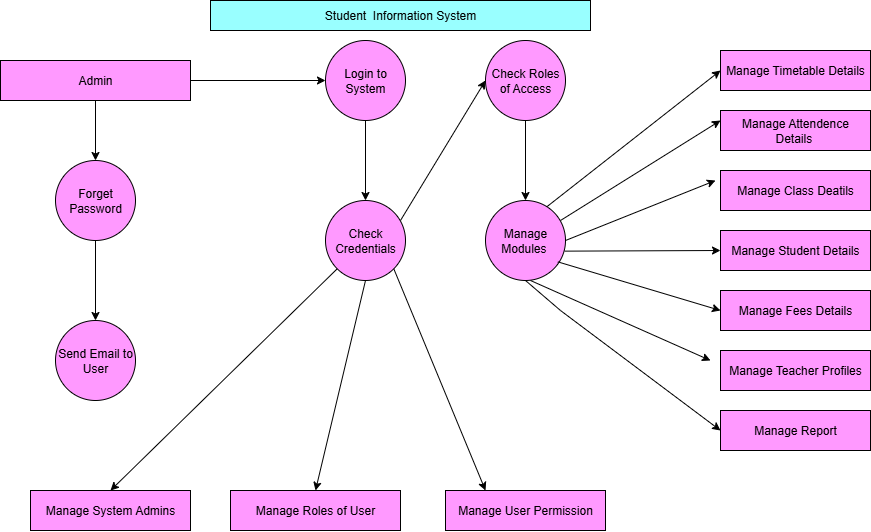
Vanii21k/student-portal-demo keeps this draw.io diagram as student inform sysytem.drawio.png. Above is the earlier version. Source tidied: cells renumbered, new cells last; positions are measured from the earlier drawing's top-left corner, leaving out a move shared by most shapes. Source of this version:
```xml
<mxGraphModel>
  <root>
    <mxCell id="0" />
    <mxCell id="1" parent="0" />
    <mxCell id="2" value="Student&amp;nbsp; Information System" style="rounded=0;whiteSpace=wrap;html=1;fillColor=#99FFFF;" parent="1" vertex="1">
      <mxGeometry x="210" width="380" height="30" as="geometry" />
    </mxCell>
    <mxCell id="3" style="edgeStyle=orthogonalEdgeStyle;rounded=0;jettySize=auto;html=1;" parent="1" edge="1" source="5" target="7">
      <mxGeometry relative="1" as="geometry" />
    </mxCell>
    <mxCell id="4" style="edgeStyle=orthogonalEdgeStyle;rounded=0;jettySize=auto;html=1;" parent="1" edge="1" source="5" target="10">
      <mxGeometry relative="1" as="geometry" />
    </mxCell>
    <mxCell id="5" value="Admin" style="rounded=0;whiteSpace=wrap;html=1;fillColor=light-dark(#FF99FF,#FF99CC);" parent="1" vertex="1">
      <mxGeometry y="60" width="190" height="40" as="geometry" />
    </mxCell>
    <mxCell id="6" style="edgeStyle=orthogonalEdgeStyle;rounded=0;jettySize=auto;html=1;" parent="1" edge="1" source="7" target="8">
      <mxGeometry relative="1" as="geometry" />
    </mxCell>
    <mxCell id="7" value="Forget Password" style="ellipse;whiteSpace=wrap;html=1;rounded=0;fillColor=#FF99FF;" parent="1" vertex="1">
      <mxGeometry x="55" y="160" width="80" height="80" as="geometry" />
    </mxCell>
    <mxCell id="8" value="Send Email to User" style="ellipse;whiteSpace=wrap;html=1;rounded=0;fillColor=#FF99FF;" parent="1" vertex="1">
      <mxGeometry x="55" y="320" width="80" height="80" as="geometry" />
    </mxCell>
    <mxCell id="9" style="edgeStyle=orthogonalEdgeStyle;rounded=0;jettySize=auto;html=1;" parent="1" edge="1" source="10" target="11">
      <mxGeometry relative="1" as="geometry" />
    </mxCell>
    <mxCell id="10" value="Login to System" style="ellipse;whiteSpace=wrap;html=1;rounded=0;fillColor=#FF99FF;" parent="1" vertex="1">
      <mxGeometry x="325" y="40" width="80" height="80" as="geometry" />
    </mxCell>
    <mxCell id="11" value="Check Credentials" style="ellipse;whiteSpace=wrap;html=1;rounded=0;fillColor=#FF99FF;" parent="1" vertex="1">
      <mxGeometry x="325" y="200" width="80" height="80" as="geometry" />
    </mxCell>
    <mxCell id="12" style="edgeStyle=orthogonalEdgeStyle;rounded=0;jettySize=auto;html=1;" parent="1" edge="1" source="13" target="14">
      <mxGeometry relative="1" as="geometry" />
    </mxCell>
    <mxCell id="13" value="Check Roles of Access" style="ellipse;whiteSpace=wrap;html=1;rounded=0;fillColor=#FF99FF;" parent="1" vertex="1">
      <mxGeometry x="485" y="40" width="80" height="80" as="geometry" />
    </mxCell>
    <mxCell id="14" value="Manage Modules&amp;nbsp;" style="ellipse;whiteSpace=wrap;html=1;rounded=0;fillColor=#FF99FF;" parent="1" vertex="1">
      <mxGeometry x="485" y="200" width="80" height="80" as="geometry" />
    </mxCell>
    <mxCell id="15" value="Manage Timetable Details" style="whiteSpace=wrap;html=1;rounded=0;fillColor=#FF99FF;" parent="1" vertex="1">
      <mxGeometry x="720" y="50" width="150" height="40" as="geometry" />
    </mxCell>
    <mxCell id="16" value="Manage Attendence Details&amp;nbsp;" style="whiteSpace=wrap;html=1;rounded=0;fillColor=#FF99FF;" parent="1" vertex="1">
      <mxGeometry x="720" y="110" width="150" height="40" as="geometry" />
    </mxCell>
    <mxCell id="17" value="Manage Class Deatils" style="whiteSpace=wrap;html=1;rounded=0;fillColor=#FF99FF;" parent="1" vertex="1">
      <mxGeometry x="720" y="170" width="150" height="40" as="geometry" />
    </mxCell>
    <mxCell id="18" value="Manage Student Details" style="whiteSpace=wrap;html=1;rounded=0;fillColor=#FF99FF;" parent="1" vertex="1">
      <mxGeometry x="720" y="230" width="150" height="40" as="geometry" />
    </mxCell>
    <mxCell id="19" value="Manage Fees Details" style="whiteSpace=wrap;html=1;rounded=0;fillColor=#FF99FF;" parent="1" vertex="1">
      <mxGeometry x="720" y="290" width="150" height="40" as="geometry" />
    </mxCell>
    <mxCell id="20" value="Manage Teacher Profiles" style="whiteSpace=wrap;html=1;rounded=0;fillColor=#FF99FF;" parent="1" vertex="1">
      <mxGeometry x="720" y="350" width="150" height="40" as="geometry" />
    </mxCell>
    <mxCell id="21" value="Manage Report" style="whiteSpace=wrap;html=1;rounded=0;fillColor=#FF99FF;" parent="1" vertex="1">
      <mxGeometry x="720" y="410" width="150" height="40" as="geometry" />
    </mxCell>
    <mxCell id="22" value="Manage System Admins" style="whiteSpace=wrap;html=1;rounded=0;fillColor=#FF99FF;" parent="1" vertex="1">
      <mxGeometry x="30" y="490" width="160" height="40" as="geometry" />
    </mxCell>
    <mxCell id="23" value="Manage Roles of User" style="whiteSpace=wrap;html=1;rounded=0;fillColor=#FF99FF;" parent="1" vertex="1">
      <mxGeometry x="230" y="490" width="170" height="40" as="geometry" />
    </mxCell>
    <mxCell id="24" value="Manage User Permission" style="whiteSpace=wrap;html=1;rounded=0;fillColor=#FF99FF;" parent="1" vertex="1">
      <mxGeometry x="445" y="490" width="160" height="40" as="geometry" />
    </mxCell>
    <mxCell id="25" style="endArrow=classic;html=1;rounded=0;entryX=0;entryY=0.5;entryDx=0;entryDy=0;exitX=0.771;exitY=0.075;exitDx=0;exitDy=0;exitPerimeter=0;" parent="1" edge="1" source="14" target="15">
      <mxGeometry relative="1" as="geometry" />
    </mxCell>
    <mxCell id="26" style="endArrow=classic;html=1;rounded=0;entryX=0;entryY=0.25;entryDx=0;entryDy=0;" parent="1" edge="1" target="16">
      <mxGeometry relative="1" as="geometry">
        <mxPoint x="560" y="220" as="sourcePoint" />
      </mxGeometry>
    </mxCell>
    <mxCell id="27" style="endArrow=classic;html=1;rounded=0;entryX=0;entryY=0.5;entryDx=0;entryDy=0;" parent="1" edge="1">
      <mxGeometry relative="1" as="geometry">
        <mxPoint x="565" y="240" as="sourcePoint" />
        <mxPoint x="715" y="180" as="targetPoint" />
      </mxGeometry>
    </mxCell>
    <mxCell id="28" style="endArrow=classic;html=1;rounded=0;exitX=0.988;exitY=0.633;exitDx=0;exitDy=0;exitPerimeter=0;entryX=0;entryY=0.5;entryDx=0;entryDy=0;" parent="1" edge="1" source="14" target="18">
      <mxGeometry relative="1" as="geometry" />
    </mxCell>
    <mxCell id="29" style="endArrow=classic;html=1;rounded=0;exitX=0.904;exitY=0.767;exitDx=0;exitDy=0;exitPerimeter=0;entryX=0;entryY=0.5;entryDx=0;entryDy=0;" parent="1" edge="1" source="14" target="19">
      <mxGeometry relative="1" as="geometry" />
    </mxCell>
    <mxCell id="30" style="endArrow=classic;html=1;rounded=0;entryX=0;entryY=0.25;entryDx=0;entryDy=0;" parent="1" edge="1">
      <mxGeometry relative="1" as="geometry">
        <mxPoint x="530" y="280" as="sourcePoint" />
        <mxPoint x="710" y="360" as="targetPoint" />
      </mxGeometry>
    </mxCell>
    <mxCell id="31" style="endArrow=classic;html=1;rounded=0;exitX=0.5;exitY=1;exitDx=0;exitDy=0;entryX=0;entryY=0.25;entryDx=0;entryDy=0;" parent="1" edge="1" source="14">
      <mxGeometry relative="1" as="geometry">
        <mxPoint x="720" y="430" as="targetPoint" />
        <Array as="points">
          <mxPoint x="560" y="310" />
        </Array>
      </mxGeometry>
    </mxCell>
    <mxCell id="32" style="endArrow=classic;html=1;rounded=0;entryX=0;entryY=0.5;entryDx=0;entryDy=0;" parent="1" edge="1" target="13">
      <mxGeometry relative="1" as="geometry">
        <mxPoint x="400" y="220" as="sourcePoint" />
      </mxGeometry>
    </mxCell>
    <mxCell id="33" style="endArrow=classic;html=1;rounded=0;exitX=0;exitY=1;exitDx=0;exitDy=0;entryX=0.5;entryY=0;entryDx=0;entryDy=0;" parent="1" edge="1" source="11" target="22">
      <mxGeometry relative="1" as="geometry" />
    </mxCell>
    <mxCell id="34" style="endArrow=classic;html=1;rounded=0;exitX=0.5;exitY=1;exitDx=0;exitDy=0;entryX=0.5;entryY=0;entryDx=0;entryDy=0;" parent="1" edge="1" source="11" target="23">
      <mxGeometry relative="1" as="geometry" />
    </mxCell>
    <mxCell id="35" style="endArrow=classic;html=1;rounded=0;exitX=1;exitY=1;exitDx=0;exitDy=0;entryX=0.25;entryY=0;entryDx=0;entryDy=0;" parent="1" edge="1" source="11" target="24">
      <mxGeometry relative="1" as="geometry" />
    </mxCell>
  </root>
</mxGraphModel>
```
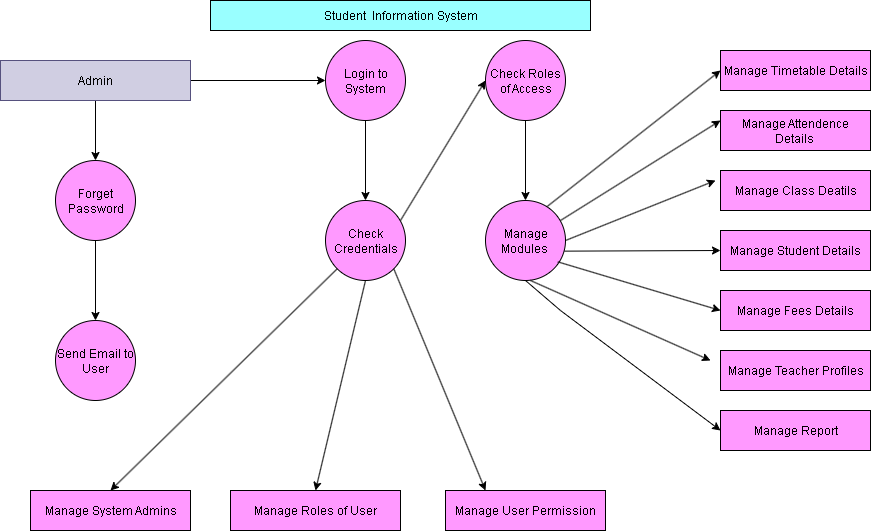
The same file after the commit.

The edit, as a diff of the source:
```diff
@@ -1,4 +1,4 @@
-<mxGraphModel>
+<mxGraphModel background="light-dark(#ffffff, #542ab7)">
   <root>
     <mxCell id="0" />
     <mxCell id="1" parent="0" />
@@ -11,7 +11,7 @@
     <mxCell id="4" style="edgeStyle=orthogonalEdgeStyle;rounded=0;jettySize=auto;html=1;" parent="1" edge="1" source="5" target="10">
       <mxGeometry relative="1" as="geometry" />
     </mxCell>
-    <mxCell id="5" value="Admin" style="rounded=0;whiteSpace=wrap;html=1;fillColor=light-dark(#FF99FF,#FF99CC);" parent="1" vertex="1">
+    <mxCell id="5" value="Admin" style="rounded=0;whiteSpace=wrap;html=1;fillColor=#d0cee2;strokeColor=#56517e;" parent="1" vertex="1">
       <mxGeometry y="60" width="190" height="40" as="geometry" />
     </mxCell>
     <mxCell id="6" style="edgeStyle=orthogonalEdgeStyle;rounded=0;jettySize=auto;html=1;" parent="1" edge="1" source="7" target="8">
```
